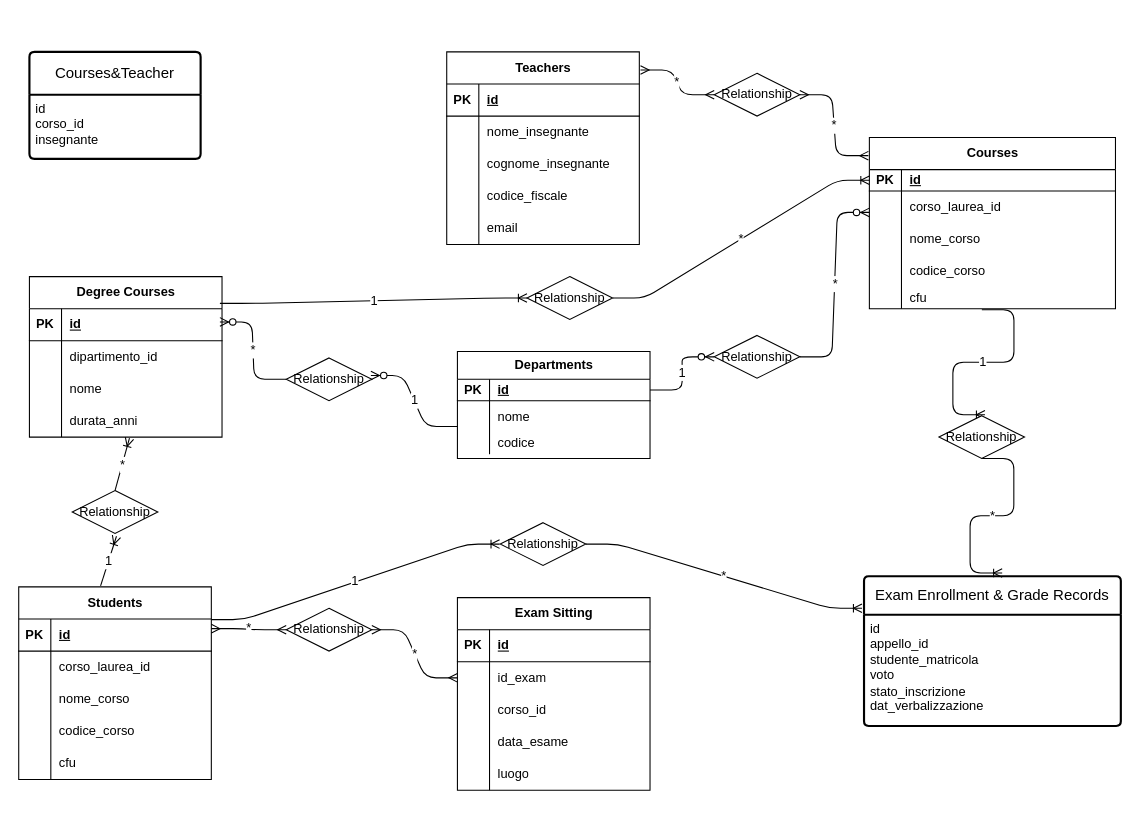
Before: ER.drawio in GianniVita/db-university, a draw.io diagram. Source tidied: cells renumbered, new cells numbered last; positions are measured from the earlier drawing's top-left corner, leaving out a move shared by most shapes. Both pictures are drawn from the tidied source at 107%, with x=0, y=0 at pixel (18, 51).
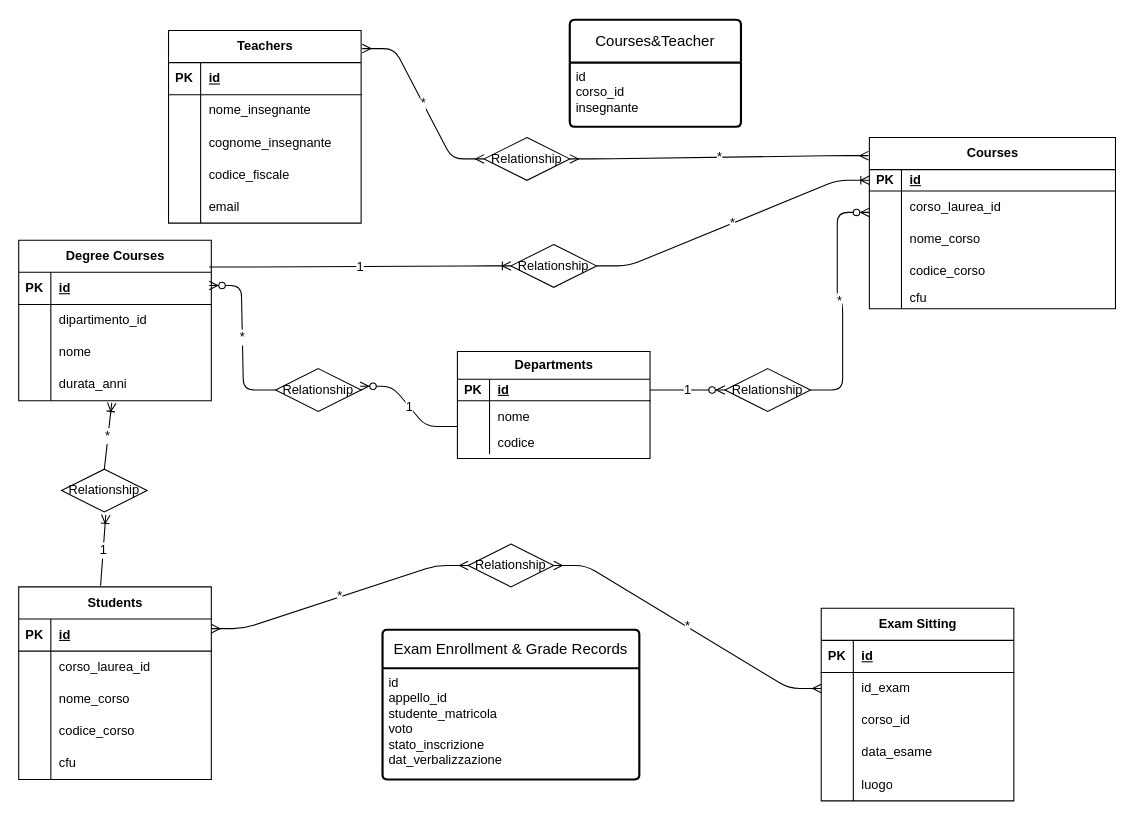
Above is the later version.

Commit message:
adjust positions of entities and relationships in ER diagram for better clarity

Unchanged cells that the change refers to:
```xml
<mxCell id="22" style="shape=tableRow;horizontal=0;startSize=0;swimlaneHead=0;swimlaneBody=0;fillColor=none;points=[[0,0.5],[1,0.5]];portConstraint=eastwest;top=0;left=0;right=0;bottom=0;" parent="12" vertex="1">
  <mxGeometry y="120" width="180" height="30" as="geometry" />
</mxCell>
<mxCell id="77" value="Courses" style="shape=table;startSize=30;childLayout=tableLayout;rowLines=0;fontStyle=1;align=center;html=1;" parent="1" vertex="1">
  <mxGeometry x="795" y="80" width="230" height="160" as="geometry" />
</mxCell>
<mxCell id="90" style="shape=tableRow;horizontal=0;startSize=0;swimlaneHead=0;swimlaneBody=0;fillColor=none;points=[[0,0.5],[1,0.5]];portConstraint=eastwest;top=0;left=0;right=0;bottom=0;" parent="77" vertex="1">
  <mxGeometry y="140" width="230" height="20" as="geometry" />
</mxCell>
```

The edit, as a diff of the source:
```diff
@@
     <mxCell id="12" value="Degree Courses" style="shape=table;startSize=30;childLayout=tableLayout;rowLines=0;fontStyle=1;align=center;html=1;" parent="1" vertex="1">
-      <mxGeometry x="10" y="210" width="180" height="150" as="geometry" />
+      <mxGeometry y="176" width="180" height="150" as="geometry" />
     </mxCell>
@@
     <mxCell id="41" value="Teachers" style="shape=table;startSize=30;childLayout=tableLayout;rowLines=0;fontStyle=1;align=center;html=1;" parent="1" vertex="1">
-      <mxGeometry x="400" width="180" height="180" as="geometry" />
+      <mxGeometry x="140" y="-20" width="180" height="180" as="geometry" />
     </mxCell>
@@
     <mxCell id="57" value="Exam Sitting" style="shape=table;startSize=30;childLayout=tableLayout;rowLines=0;fontStyle=1;align=center;html=1;" parent="1" vertex="1">
-      <mxGeometry x="410" y="510" width="180" height="180" as="geometry" />
+      <mxGeometry x="750" y="520" width="180" height="180" as="geometry" />
     </mxCell>
@@
     <mxCell id="73" value="Courses&amp;amp;Teacher" style="swimlane;horizontal=1;startSize=40;rounded=1;fontSize=14;fontStyle=0;strokeWidth=2;shadow=0;dashed=0;align=center;arcSize=4;whiteSpace=wrap;html=1;" parent="1" vertex="1">
-      <mxGeometry x="10" width="160" height="100" as="geometry" />
+      <mxGeometry x="515" y="-30" width="160" height="100" as="geometry" />
     </mxCell>
@@
     <mxCell id="75" value="Exam Enrollment &amp;amp; Grade Records" style="swimlane;horizontal=1;startSize=36;rounded=1;fontSize=14;fontStyle=0;strokeWidth=2;shadow=0;dashed=0;align=center;arcSize=4;whiteSpace=wrap;html=1;" parent="1" vertex="1">
-      <mxGeometry x="790" y="490" width="240" height="140" as="geometry" />
+      <mxGeometry x="340" y="540" width="240" height="140" as="geometry" />
     </mxCell>
@@
     <mxCell id="95" value="Relationship" style="shape=rhombus;perimeter=rhombusPerimeter;whiteSpace=wrap;html=1;align=center;" parent="1" vertex="1">
-      <mxGeometry x="650" y="265" width="80" height="40" as="geometry" />
+      <mxGeometry x="660" y="296" width="80" height="40" as="geometry" />
     </mxCell>
@@
     <mxCell id="98" value="Relationship" style="shape=rhombus;perimeter=rhombusPerimeter;whiteSpace=wrap;html=1;align=center;" parent="1" vertex="1">
-      <mxGeometry x="250" y="286" width="80" height="40" as="geometry" />
+      <mxGeometry x="240" y="296" width="80" height="40" as="geometry" />
     </mxCell>
@@
     <mxCell id="101" value="Relationship" style="shape=rhombus;perimeter=rhombusPerimeter;whiteSpace=wrap;html=1;align=center;" parent="1" vertex="1">
-      <mxGeometry x="475" y="210" width="80" height="40" as="geometry" />
+      <mxGeometry x="460" y="180" width="80" height="40" as="geometry" />
     </mxCell>
-    <mxCell id="102" value="*" style="fontSize=12;html=1;endArrow=ERoneToMany;entryX=0.517;entryY=1.067;entryDx=0;entryDy=0;entryPerimeter=0;exitX=0.5;exitY=0;exitDx=0;exitDy=0;" parent="1" edge="1" source="104">
-      <mxGeometry relative="1" as="geometry">
-        <mxPoint x="103.5" y="361" as="targetPoint" />
-      </mxGeometry>
+    <mxCell id="102" value="*" style="fontSize=12;html=1;endArrow=ERoneToMany;entryX=0.483;entryY=1.067;entryDx=0;entryDy=0;entryPerimeter=0;exitX=0.5;exitY=0;exitDx=0;exitDy=0;" parent="1" edge="1" source="104" target="22">
+      <mxGeometry relative="1" as="geometry" />
     </mxCell>
@@
     <mxCell id="104" value="Relationship" style="shape=rhombus;perimeter=rhombusPerimeter;whiteSpace=wrap;html=1;align=center;" parent="1" vertex="1">
-      <mxGeometry x="50" y="410" width="80" height="40" as="geometry" />
+      <mxGeometry x="40" y="390" width="80" height="40" as="geometry" />
     </mxCell>
-    <mxCell id="105" value="*" style="edgeStyle=entityRelationEdgeStyle;fontSize=12;html=1;endArrow=ERoneToMany;entryX=0.538;entryY=-0.021;entryDx=0;entryDy=0;entryPerimeter=0;exitX=0.5;exitY=1;exitDx=0;exitDy=0;" parent="1" edge="1" source="107" target="75">
-      <mxGeometry relative="1" as="geometry">
-        <Array as="points">
-          <mxPoint x="1250" y="296" />
-          <mxPoint x="1150" y="356" />
-        </Array>
-      </mxGeometry>
-    </mxCell>
-    <mxCell id="106" value="1" style="edgeStyle=entityRelationEdgeStyle;fontSize=12;html=1;endArrow=ERoneToMany;entryX=0.538;entryY=-0.021;entryDx=0;entryDy=0;entryPerimeter=0;exitX=0.457;exitY=1.05;exitDx=0;exitDy=0;exitPerimeter=0;" parent="1" edge="1" source="90" target="107">
-      <mxGeometry relative="1" as="geometry" />
-    </mxCell>
-    <mxCell id="107" value="Relationship" style="shape=rhombus;perimeter=rhombusPerimeter;whiteSpace=wrap;html=1;align=center;" parent="1" vertex="1">
-      <mxGeometry x="860" y="340" width="80" height="40" as="geometry" />
-    </mxCell>
-    <mxCell id="108" value="*" style="edgeStyle=entityRelationEdgeStyle;fontSize=12;html=1;endArrow=ERmany;startArrow=ERmany;entryX=-0.004;entryY=0.106;entryDx=0;entryDy=0;entryPerimeter=0;" parent="1" edge="1" target="77">
-      <mxGeometry relative="1" as="geometry">
-        <mxPoint x="730" y="40" as="sourcePoint" />
-      </mxGeometry>
+    <mxCell id="108" value="*" style="edgeStyle=entityRelationEdgeStyle;fontSize=12;html=1;endArrow=ERmany;startArrow=ERmany;entryX=-0.004;entryY=0.106;entryDx=0;entryDy=0;entryPerimeter=0;exitX=1;exitY=0.5;exitDx=0;exitDy=0;" parent="1" edge="1" source="110" target="77">
+      <mxGeometry relative="1" as="geometry" />
     </mxCell>
@@
     <mxCell id="110" value="Relationship" style="shape=rhombus;perimeter=rhombusPerimeter;whiteSpace=wrap;html=1;align=center;" parent="1" vertex="1">
-      <mxGeometry x="650" y="20" width="80" height="40" as="geometry" />
+      <mxGeometry x="435" y="80" width="80" height="40" as="geometry" />
     </mxCell>
@@
     <mxCell id="113" value="Relationship" style="shape=rhombus;perimeter=rhombusPerimeter;whiteSpace=wrap;html=1;align=center;" parent="1" vertex="1">
-      <mxGeometry x="250" y="520" width="80" height="40" as="geometry" />
+      <mxGeometry x="420" y="460" width="80" height="40" as="geometry" />
     </mxCell>
-    <mxCell id="114" value="*" style="edgeStyle=entityRelationEdgeStyle;fontSize=12;html=1;endArrow=ERoneToMany;exitX=1;exitY=0.5;exitDx=0;exitDy=0;entryX=-0.008;entryY=0.086;entryDx=0;entryDy=0;entryPerimeter=0;" parent="1" edge="1" source="116">
-      <mxGeometry relative="1" as="geometry">
-        <mxPoint x="788.1" y="520" as="targetPoint" />
-      </mxGeometry>
-    </mxCell>
-    <mxCell id="115" value="1" style="edgeStyle=entityRelationEdgeStyle;fontSize=12;html=1;endArrow=ERoneToMany;exitX=1;exitY=0.078;exitDx=0;exitDy=0;exitPerimeter=0;entryX=-0.008;entryY=0.086;entryDx=0;entryDy=0;entryPerimeter=0;" parent="1" edge="1">
-      <mxGeometry relative="1" as="geometry">
-        <mxPoint x="180" y="530.6" as="sourcePoint" />
-        <mxPoint x="449.4" y="460" as="targetPoint" />
-      </mxGeometry>
-    </mxCell>
-    <mxCell id="116" value="Relationship" style="shape=rhombus;perimeter=rhombusPerimeter;whiteSpace=wrap;html=1;align=center;" parent="1" vertex="1">
-      <mxGeometry x="450" y="440" width="80" height="40" as="geometry" />
-    </mxCell>
```
